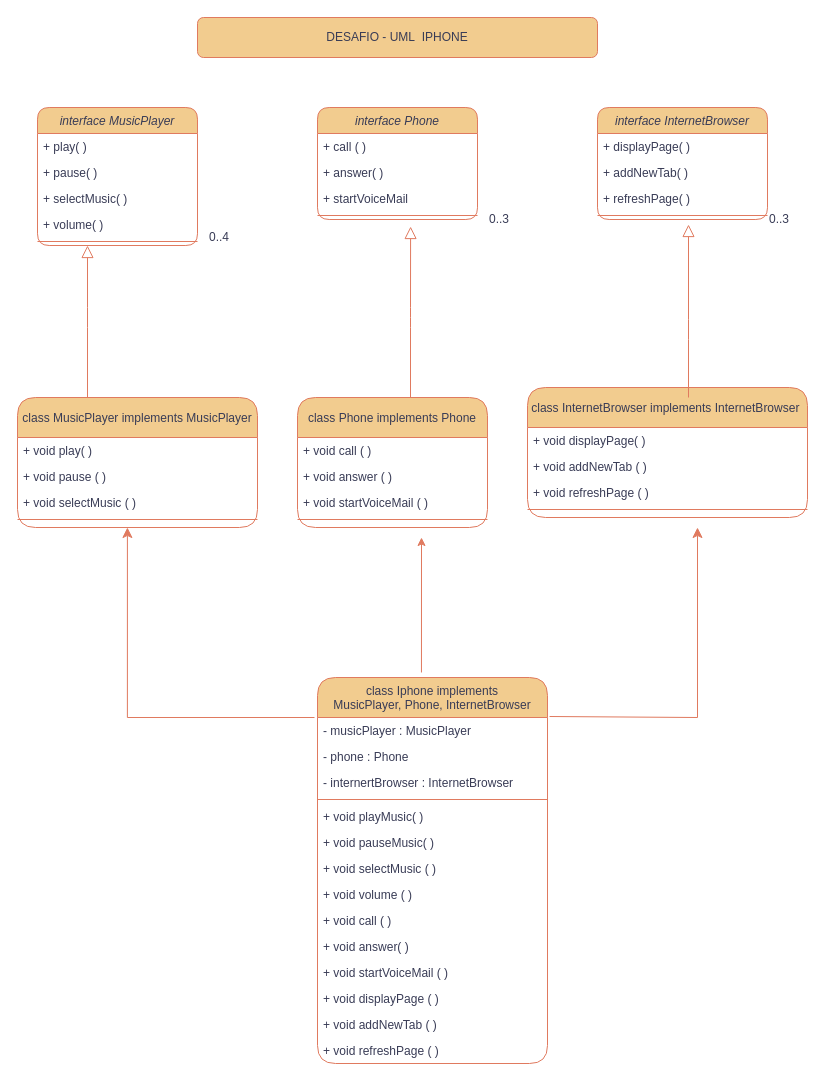
Above: Untitled Diagram.drawio in dalleth-martinss/UML-desafio-iphone-dio.me (draw.io), before the change. Source tidied: cells renumbered, new cells numbered last; positions are measured from the earlier drawing's top-left corner, leaving out a move shared by most shapes. Both pictures are drawn from the tidied source at 100%, with x=0, y=0 at pixel (17, 17).
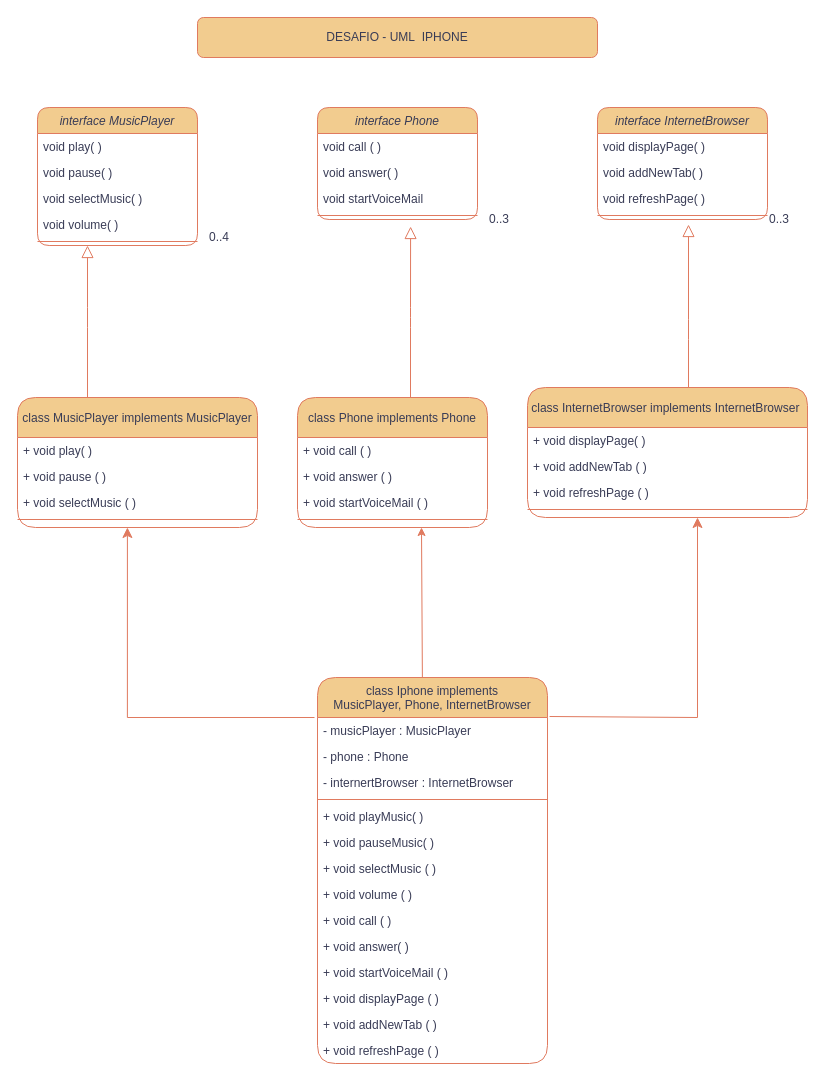
After the change.

Unchanged cells that the change refers to:
```xml
<mxCell id="2" value="interface MusicPlayer" style="swimlane;fontStyle=2;align=center;verticalAlign=top;horizontal=1;startSize=26;rounded=1;shadow=0;strokeWidth=1;labelBackgroundColor=none;fillColor=#F2CC8F;strokeColor=#E07A5F;fontColor=#393C56;" parent="1" vertex="1">
  <mxGeometry x="20" y="90" width="160" height="138" as="geometry" />
</mxCell>
<mxCell id="14" value="class Iphone implements&#10;MusicPlayer, Phone, InternetBrowser&#10; " style="swimlane;fontStyle=0;align=center;verticalAlign=top;horizontal=1;startSize=40;rounded=1;shadow=0;strokeWidth=1;labelBackgroundColor=none;fillColor=#F2CC8F;strokeColor=#E07A5F;fontColor=#393C56;" parent="1" vertex="1">
  <mxGeometry x="300" y="660" width="230" height="386" as="geometry" />
</mxCell>
<mxCell id="15" value="- musicPlayer : MusicPlayer&#10;" style="text;align=left;verticalAlign=top;spacingLeft=4;spacingRight=4;overflow=hidden;points=[[0,0.5],[1,0.5]];portConstraint=eastwest;rounded=1;labelBackgroundColor=none;fontColor=#393C56;" parent="14" vertex="1">
  <mxGeometry y="40" width="230" height="26" as="geometry" />
</mxCell>
<mxCell id="29" value="interface Phone" style="swimlane;fontStyle=2;align=center;verticalAlign=top;horizontal=1;startSize=26;rounded=1;shadow=0;strokeWidth=1;labelBackgroundColor=none;fillColor=#F2CC8F;strokeColor=#E07A5F;fontColor=#393C56;" parent="1" vertex="1">
  <mxGeometry x="300" y="90" width="160" height="112" as="geometry" />
</mxCell>
<mxCell id="35" value="interface InternetBrowser" style="swimlane;fontStyle=2;align=center;verticalAlign=top;horizontal=1;startSize=26;rounded=1;shadow=0;strokeWidth=1;labelBackgroundColor=none;fillColor=#F2CC8F;strokeColor=#E07A5F;fontColor=#393C56;" parent="1" vertex="1">
  <mxGeometry x="580" y="90" width="170" height="112" as="geometry" />
</mxCell>
```

What changed in the source:
```diff
@@
-    <mxCell id="3" value="+ play( )&#10;" style="text;align=left;verticalAlign=top;spacingLeft=4;spacingRight=4;overflow=hidden;rounded=1;labelBackgroundColor=none;fontColor=#393C56;" parent="2" vertex="1">
+    <mxCell id="3" value="void play( )&#10;" style="text;align=left;verticalAlign=top;spacingLeft=4;spacingRight=4;overflow=hidden;rounded=1;labelBackgroundColor=none;fontColor=#393C56;" parent="2" vertex="1">
       <mxGeometry y="26" width="160" height="26" as="geometry" />
     </mxCell>
-    <mxCell id="4" value="+ pause( )" style="text;align=left;verticalAlign=top;spacingLeft=4;spacingRight=4;overflow=hidden;rounded=1;shadow=0;html=0;labelBackgroundColor=none;fontColor=#393C56;" parent="2" vertex="1">
+    <mxCell id="4" value="void pause( )" style="text;align=left;verticalAlign=top;spacingLeft=4;spacingRight=4;overflow=hidden;rounded=1;shadow=0;html=0;labelBackgroundColor=none;fontColor=#393C56;" parent="2" vertex="1">
       <mxGeometry y="52" width="160" height="26" as="geometry" />
     </mxCell>
-    <mxCell id="5" value="+ selectMusic( )" style="text;align=left;verticalAlign=top;spacingLeft=4;spacingRight=4;overflow=hidden;rounded=1;shadow=0;html=0;labelBackgroundColor=none;fontColor=#393C56;" parent="2" vertex="1">
+    <mxCell id="5" value="void selectMusic( )" style="text;align=left;verticalAlign=top;spacingLeft=4;spacingRight=4;overflow=hidden;rounded=1;shadow=0;html=0;labelBackgroundColor=none;fontColor=#393C56;" parent="2" vertex="1">
       <mxGeometry y="78" width="160" height="26" as="geometry" />
     </mxCell>
-    <mxCell id="6" value="+ volume( )" style="text;align=left;verticalAlign=top;spacingLeft=4;spacingRight=4;overflow=hidden;rounded=1;shadow=0;html=0;labelBackgroundColor=none;fontColor=#393C56;" parent="2" vertex="1">
+    <mxCell id="6" value="void volume( )" style="text;align=left;verticalAlign=top;spacingLeft=4;spacingRight=4;overflow=hidden;rounded=1;shadow=0;html=0;labelBackgroundColor=none;fontColor=#393C56;" parent="2" vertex="1">
       <mxGeometry y="104" width="160" height="26" as="geometry" />
     </mxCell>
@@
-    <mxCell id="30" value="+ call ( )" style="text;align=left;verticalAlign=top;spacingLeft=4;spacingRight=4;overflow=hidden;rounded=1;labelBackgroundColor=none;fontColor=#393C56;" parent="29" vertex="1">
+    <mxCell id="30" value="void call ( )" style="text;align=left;verticalAlign=top;spacingLeft=4;spacingRight=4;overflow=hidden;rounded=1;labelBackgroundColor=none;fontColor=#393C56;" parent="29" vertex="1">
       <mxGeometry y="26" width="160" height="26" as="geometry" />
     </mxCell>
-    <mxCell id="31" value="+ answer( )" style="text;align=left;verticalAlign=top;spacingLeft=4;spacingRight=4;overflow=hidden;rounded=1;shadow=0;html=0;labelBackgroundColor=none;fontColor=#393C56;" parent="29" vertex="1">
+    <mxCell id="31" value="void answer( )" style="text;align=left;verticalAlign=top;spacingLeft=4;spacingRight=4;overflow=hidden;rounded=1;shadow=0;html=0;labelBackgroundColor=none;fontColor=#393C56;" parent="29" vertex="1">
       <mxGeometry y="52" width="160" height="26" as="geometry" />
     </mxCell>
-    <mxCell id="32" value="+ startVoiceMail" style="text;align=left;verticalAlign=top;spacingLeft=4;spacingRight=4;overflow=hidden;rounded=1;shadow=0;html=0;labelBackgroundColor=none;fontColor=#393C56;" parent="29" vertex="1">
+    <mxCell id="32" value="void startVoiceMail" style="text;align=left;verticalAlign=top;spacingLeft=4;spacingRight=4;overflow=hidden;rounded=1;shadow=0;html=0;labelBackgroundColor=none;fontColor=#393C56;" parent="29" vertex="1">
       <mxGeometry y="78" width="160" height="26" as="geometry" />
     </mxCell>
@@
-    <mxCell id="36" value="+ displayPage( )" style="text;align=left;verticalAlign=top;spacingLeft=4;spacingRight=4;overflow=hidden;rounded=1;labelBackgroundColor=none;fontColor=#393C56;" parent="35" vertex="1">
+    <mxCell id="36" value="void displayPage( )" style="text;align=left;verticalAlign=top;spacingLeft=4;spacingRight=4;overflow=hidden;rounded=1;labelBackgroundColor=none;fontColor=#393C56;" parent="35" vertex="1">
       <mxGeometry y="26" width="170" height="26" as="geometry" />
     </mxCell>
-    <mxCell id="37" value="+ addNewTab( )" style="text;align=left;verticalAlign=top;spacingLeft=4;spacingRight=4;overflow=hidden;rounded=1;shadow=0;html=0;labelBackgroundColor=none;fontColor=#393C56;" parent="35" vertex="1">
+    <mxCell id="37" value="void addNewTab( )" style="text;align=left;verticalAlign=top;spacingLeft=4;spacingRight=4;overflow=hidden;rounded=1;shadow=0;html=0;labelBackgroundColor=none;fontColor=#393C56;" parent="35" vertex="1">
       <mxGeometry y="52" width="170" height="26" as="geometry" />
     </mxCell>
-    <mxCell id="38" value="+ refreshPage( )" style="text;align=left;verticalAlign=top;spacingLeft=4;spacingRight=4;overflow=hidden;rounded=1;shadow=0;html=0;labelBackgroundColor=none;fontColor=#393C56;" parent="35" vertex="1">
+    <mxCell id="38" value="void refreshPage( )" style="text;align=left;verticalAlign=top;spacingLeft=4;spacingRight=4;overflow=hidden;rounded=1;shadow=0;html=0;labelBackgroundColor=none;fontColor=#393C56;" parent="35" vertex="1">
       <mxGeometry y="78" width="170" height="26" as="geometry" />
     </mxCell>
@@
     <mxCell id="54" style="endArrow=block;endSize=10;endFill=0;shadow=0;strokeWidth=1;rounded=1;edgeStyle=elbowEdgeStyle;elbow=vertical;entryX=0.569;entryY=0.375;entryDx=0;entryDy=0;entryPerimeter=0;labelBackgroundColor=none;strokeColor=#E07A5F;fontColor=default;" parent="1" edge="1">
       <mxGeometry relative="1" as="geometry">
-        <mxPoint x="671" y="380" as="sourcePoint" />
+        <mxPoint x="671" y="370" as="sourcePoint" />
         <mxPoint x="671" y="207" as="targetPoint" />
         <Array as="points">
           <mxPoint x="680" y="312" />
           <mxPoint x="650" y="302" />
           <mxPoint x="710" y="342" />
         </Array>
       </mxGeometry>
     </mxCell>
     <mxCell id="55" style="edgeStyle=segmentEdgeStyle;endArrow=classic;html=1;curved=0;rounded=0;endSize=8;startSize=8;sourcePerimeterSpacing=0;targetPerimeterSpacing=0;labelBackgroundColor=none;strokeColor=#E07A5F;fontColor=default;exitX=1.009;exitY=-0.038;exitDx=0;exitDy=0;exitPerimeter=0;" parent="1" edge="1" source="15">
       <mxGeometry relative="1" as="geometry">
-        <mxPoint x="680" y="510" as="targetPoint" />
+        <mxPoint x="680" y="500" as="targetPoint" />
         <Array as="points">
           <mxPoint x="680" y="700" />
         </Array>
       </mxGeometry>
     </mxCell>
@@
-    <mxCell id="57" style="edgeStyle=none;jettySize=auto;html=1;rounded=1;exitX=0.452;exitY=-0.013;exitDx=0;exitDy=0;exitPerimeter=0;labelBackgroundColor=none;strokeColor=#E07A5F;fontColor=default;" parent="1" edge="1" source="14">
+    <mxCell id="57" style="edgeStyle=none;jettySize=auto;html=1;rounded=1;exitX=0.456;exitY=-0.001;exitDx=0;exitDy=0;exitPerimeter=0;labelBackgroundColor=none;strokeColor=#E07A5F;fontColor=default;" parent="1" edge="1" source="14">
       <mxGeometry relative="1" as="geometry">
-        <mxPoint x="404" y="520" as="targetPoint" />
+        <mxPoint x="404" y="510" as="targetPoint" />
       </mxGeometry>
     </mxCell>
```
